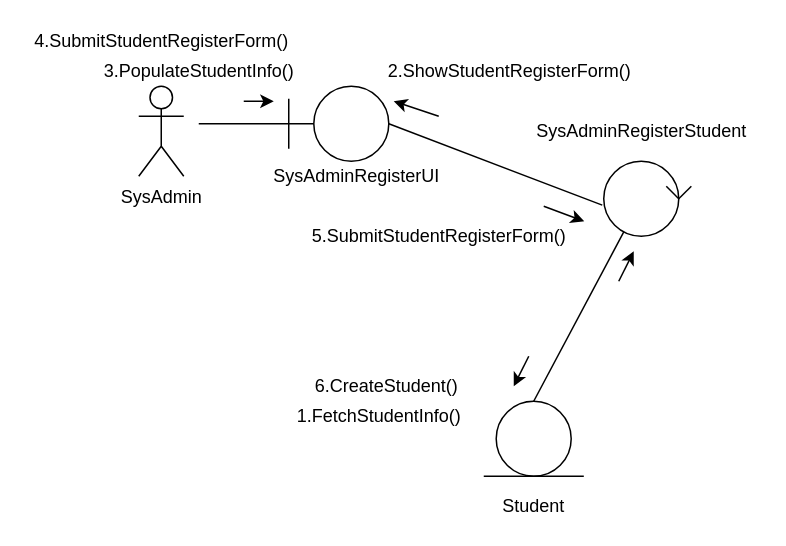
The draw.io diagram page "Register" (2 of 11) of Collab.drawio in Noman1705088/CSE-326, before the edit. Source tidied: cells renumbered, new cells numbered last; positions are measured from the earlier drawing's top-left corner, leaving out a move shared by most shapes. Both pictures are drawn from the tidied source at 150%, with x=0, y=0 at pixel (26, 26).
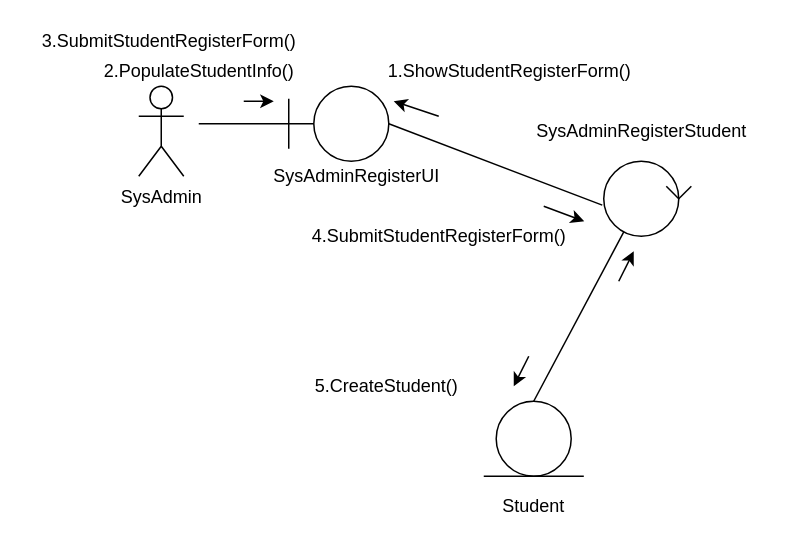
The same diagram, later.

What changed in the source:
```diff
@@
-    <mxCell id="27" value="1.FetchStudentInfo()" style="text;html=1;align=center;verticalAlign=middle;strokeColor=none;fillColor=none;" parent="1" vertex="1">
-      <mxGeometry x="175" y="250" width="120" height="20" as="geometry" />
-    </mxCell>
-    <mxCell id="28" value="2.ShowStudentRegisterForm()" style="text;html=1;align=center;verticalAlign=middle;strokeColor=none;fillColor=none;" parent="1" vertex="1">
+    <mxCell id="28" value="1.ShowStudentRegisterForm()" style="text;html=1;align=center;verticalAlign=middle;strokeColor=none;fillColor=none;" parent="1" vertex="1">
       <mxGeometry x="231.7" y="20" width="180" height="20" as="geometry" />
     </mxCell>
-    <mxCell id="29" value="4.SubmitStudentRegisterForm()" style="text;html=1;align=center;verticalAlign=middle;strokeColor=none;fillColor=none;" parent="1" vertex="1">
-      <mxGeometry width="180" height="20" as="geometry" />
+    <mxCell id="29" value="3.SubmitStudentRegisterForm()" style="text;html=1;align=center;verticalAlign=middle;strokeColor=none;fillColor=none;" parent="1" vertex="1">
+      <mxGeometry x="5" width="180" height="20" as="geometry" />
     </mxCell>
@@
-    <mxCell id="31" value="3.PopulateStudentInfo()" style="text;html=1;align=center;verticalAlign=middle;strokeColor=none;fillColor=none;" parent="1" vertex="1">
+    <mxCell id="31" value="2.PopulateStudentInfo()" style="text;html=1;align=center;verticalAlign=middle;strokeColor=none;fillColor=none;" parent="1" vertex="1">
       <mxGeometry x="45" y="20" width="140" height="20" as="geometry" />
     </mxCell>
-    <mxCell id="32" value="5.SubmitStudentRegisterForm()" style="text;html=1;align=center;verticalAlign=middle;strokeColor=none;fillColor=none;" parent="1" vertex="1">
+    <mxCell id="32" value="4.SubmitStudentRegisterForm()" style="text;html=1;align=center;verticalAlign=middle;strokeColor=none;fillColor=none;" parent="1" vertex="1">
       <mxGeometry x="185" y="130" width="180" height="20" as="geometry" />
     </mxCell>
-    <mxCell id="33" value="6.CreateStudent()" style="text;html=1;align=center;verticalAlign=middle;strokeColor=none;fillColor=none;" parent="1" vertex="1">
+    <mxCell id="33" value="5.CreateStudent()" style="text;html=1;align=center;verticalAlign=middle;strokeColor=none;fillColor=none;" parent="1" vertex="1">
       <mxGeometry x="185" y="230" width="110" height="20" as="geometry" />
     </mxCell>
```
